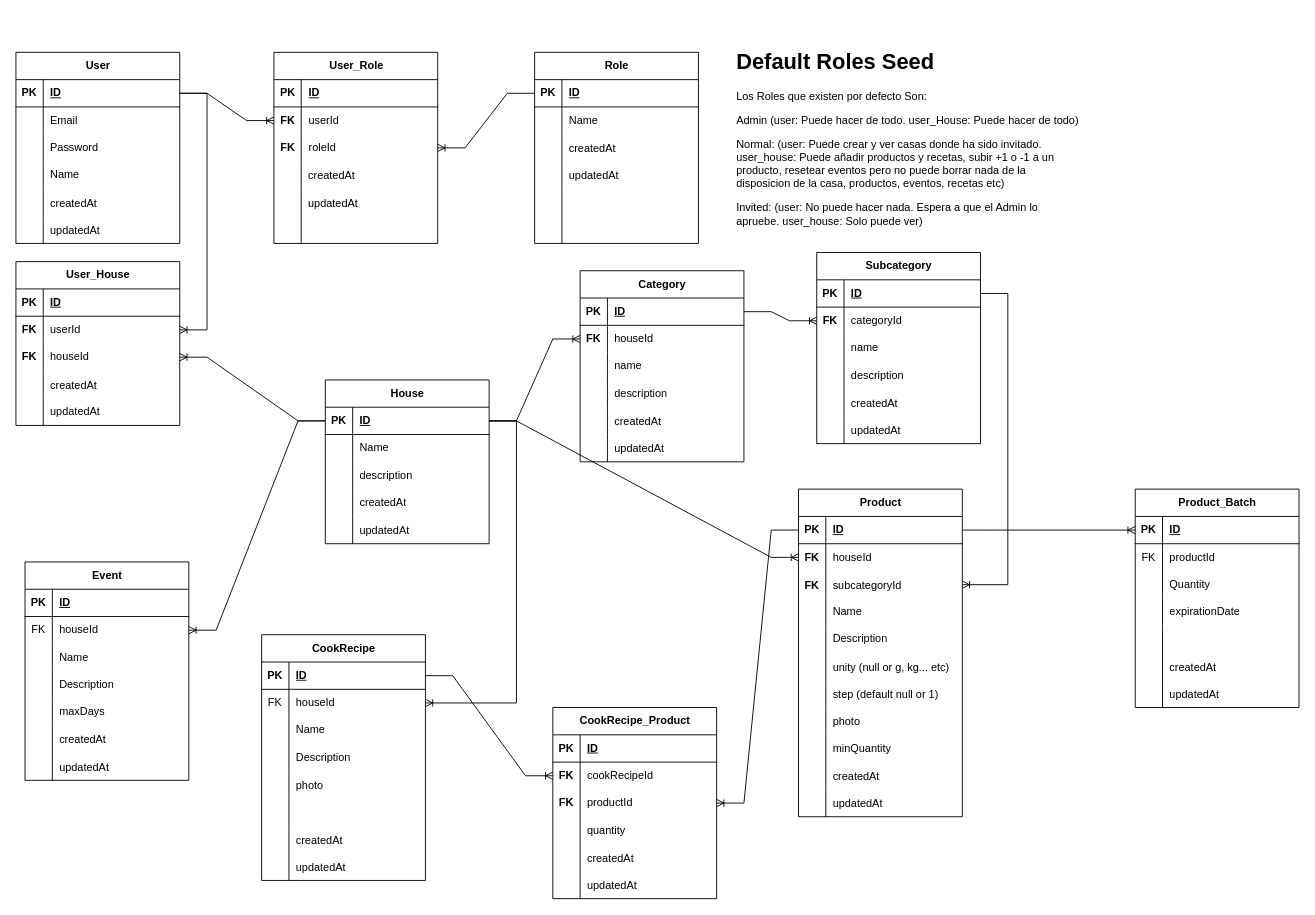
This is page "BD" (2 of 2) of docs/diagrams/Diagram_HouseKeeper.drawio from dariofo2/house-core, a draw.io file, before an edit. Source tidied: cells renumbered, new cells numbered last; positions are measured from the earlier drawing's top-left corner, leaving out a move shared by most shapes. Both pictures are drawn from the tidied source at 91%, with x=0, y=0 at pixel (15, 43).
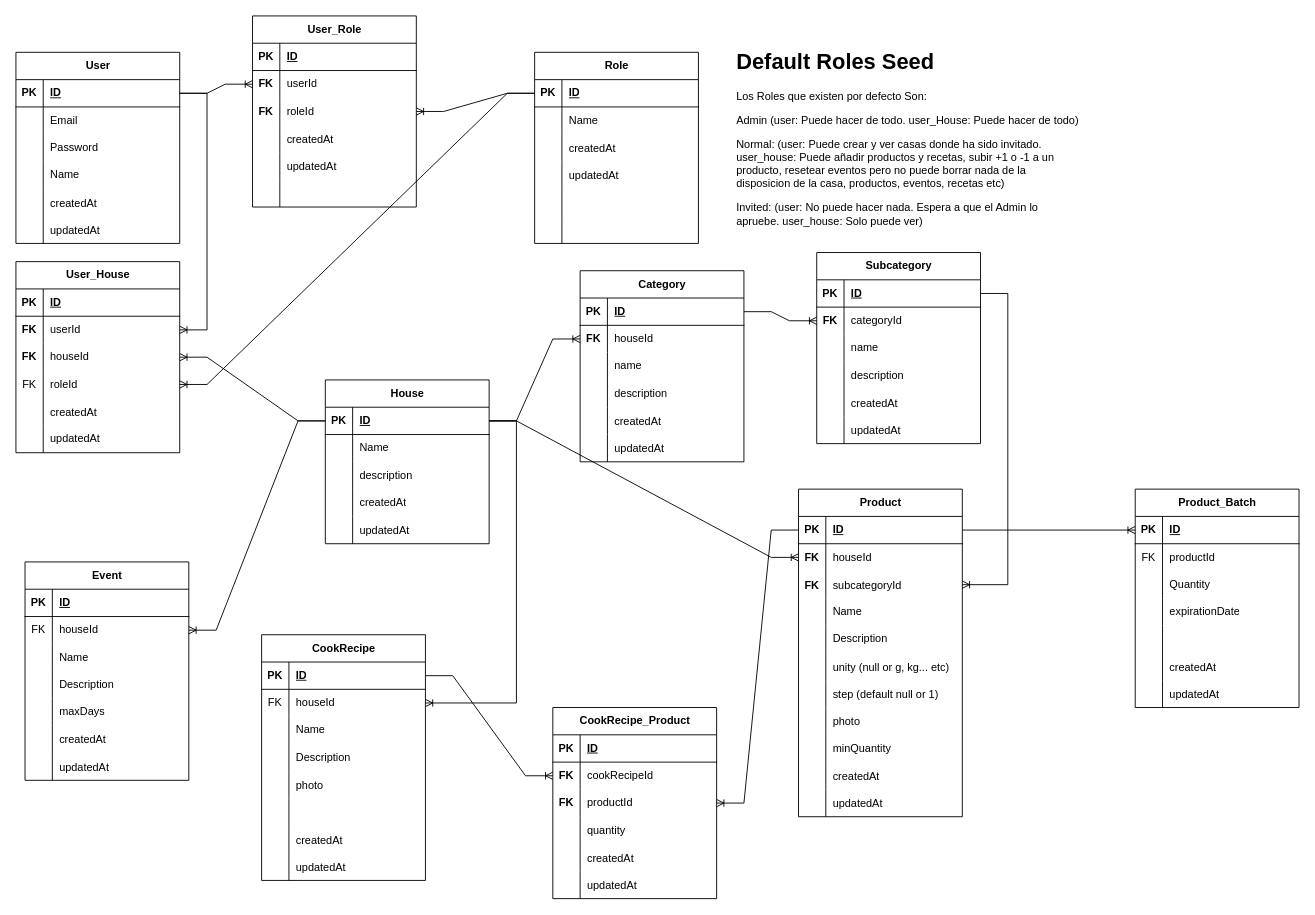
After the change.

The change refers to these unchanged cells:
```xml
<mxCell id="22" style="shape=tableRow;horizontal=0;startSize=0;swimlaneHead=0;swimlaneBody=0;fillColor=none;points=[[0,0.5],[1,0.5]];portConstraint=eastwest;top=0;left=0;right=0;bottom=1;" parent="21" vertex="1">
  <mxGeometry y="30" width="180" height="30" as="geometry" />
</mxCell>
```

Change to the diagram source:
```diff
@@
     <mxCell id="40" value="User_Role" style="shape=table;startSize=30;childLayout=tableLayout;rowLines=0;fontStyle=1;align=center;html=1;" parent="1" vertex="1">
-      <mxGeometry x="283.5" y="10" width="180" height="210" as="geometry" />
+      <mxGeometry x="260" y="-30" width="180" height="210" as="geometry" />
     </mxCell>
@@
     <mxCell id="77" value="User_House" style="shape=table;startSize=30;childLayout=tableLayout;rowLines=0;fontStyle=1;align=center;html=1;" parent="1" vertex="1">
-      <mxGeometry y="240" width="180" height="180" as="geometry" />
+      <mxGeometry y="240" width="180" height="210" as="geometry" />
     </mxCell>
@@
+    <mxCell id="265" style="shape=tableRow;horizontal=0;startSize=0;swimlaneHead=0;swimlaneBody=0;fillColor=none;points=[[0,0.5],[1,0.5]];portConstraint=eastwest;top=0;left=0;right=0;bottom=0;" parent="77" vertex="1">
+      <mxGeometry y="120" width="180" height="30" as="geometry" />
+    </mxCell>
+    <mxCell id="266" value="FK" style="shape=partialRectangle;fillColor=none;top=0;left=0;bottom=0;right=0;fontStyle=0;overflow=hidden;whiteSpace=wrap;html=1;" parent="265" vertex="1">
+      <mxGeometry width="30" height="30" as="geometry" />
+    </mxCell>
+    <mxCell id="267" value="roleId" style="shape=partialRectangle;fillColor=none;top=0;left=0;bottom=0;right=0;align=left;spacingLeft=6;fontStyle=0;overflow=hidden;whiteSpace=wrap;html=1;" parent="265" vertex="1">
+      <mxGeometry x="30" width="150" height="30" as="geometry" />
+    </mxCell>
     <mxCell id="87" style="shape=tableRow;horizontal=0;startSize=0;swimlaneHead=0;swimlaneBody=0;fillColor=none;top=0;left=0;right=0;bottom=0;" parent="77" vertex="1">
-      <mxGeometry y="120" width="180" height="30" as="geometry" />
+      <mxGeometry y="150" width="180" height="30" as="geometry" />
     </mxCell>
@@
     <mxCell id="90" style="shape=tableRow;horizontal=0;startSize=0;swimlaneHead=0;swimlaneBody=0;fillColor=none;top=0;left=0;right=0;bottom=0;" parent="77" vertex="1">
-      <mxGeometry y="150" width="180" height="30" as="geometry" />
+      <mxGeometry y="180" width="180" height="30" as="geometry" />
     </mxCell>
@@
+    <mxCell id="268" style="edgeStyle=entityRelationEdgeStyle;fontSize=12;html=1;endArrow=ERoneToMany;rounded=0;" parent="1" edge="1" source="22" target="265">
+      <mxGeometry relative="1" as="geometry" />
+    </mxCell>
```
